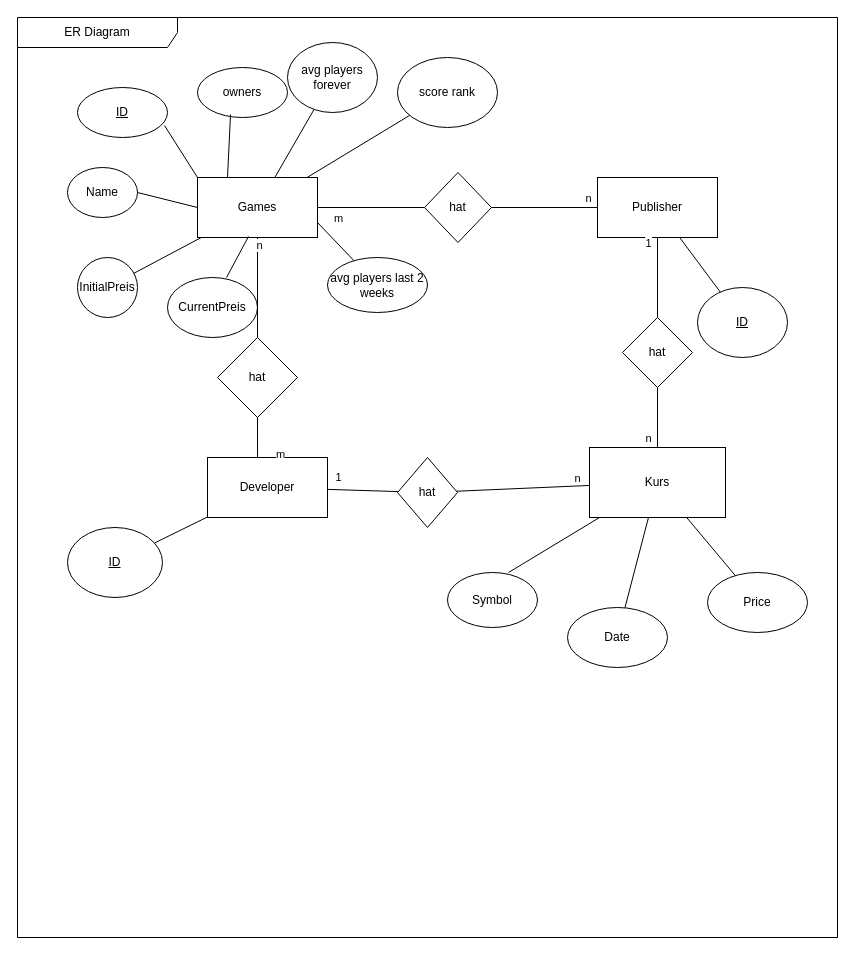
The draw.io diagram ERModel.drawio in Noah250201/Simulationsprojekt, before the edit. Source tidied: cells renumbered, new cells numbered last; positions are measured from the earlier drawing's top-left corner, leaving out a move shared by most shapes. Both pictures are drawn from the tidied source at 100%, with x=0, y=0 at pixel (17, 17).
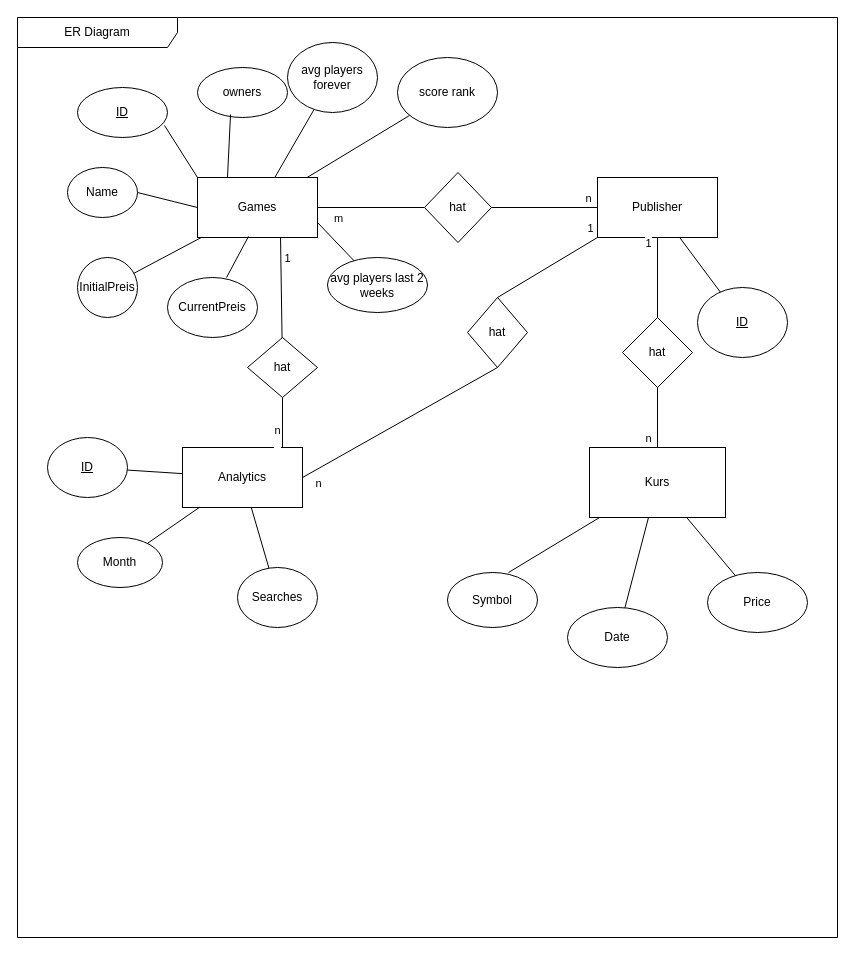
The same diagram, later.

Unchanged cells that the change refers to:
```xml
<mxCell id="2" value="ER Diagram" style="shape=umlFrame;whiteSpace=wrap;html=1;width=160;" parent="1" vertex="1">
  <mxGeometry width="820" height="920" as="geometry" />
</mxCell>
<mxCell id="3" value="Games" style="rounded=0;whiteSpace=wrap;html=1;" parent="2" vertex="1">
  <mxGeometry x="180" y="160" width="120" height="60" as="geometry" />
</mxCell>
<mxCell id="18" value="Publisher" style="rounded=0;whiteSpace=wrap;html=1;" parent="2" vertex="1">
  <mxGeometry x="580" y="160" width="120" height="60" as="geometry" />
</mxCell>
<mxCell id="36" value="Kurs" style="rounded=0;whiteSpace=wrap;html=1;" parent="2" vertex="1">
  <mxGeometry x="572" y="430" width="136" height="70" as="geometry" />
</mxCell>
```

What changed in the source:
```diff
@@
-    <mxCell id="19" value="Developer" style="rounded=0;whiteSpace=wrap;html=1;" parent="2" vertex="1">
-      <mxGeometry x="190" y="440" width="120" height="60" as="geometry" />
-    </mxCell>
@@
-    <mxCell id="25" value="hat" style="rhombus;whiteSpace=wrap;html=1;" parent="2" vertex="1">
-      <mxGeometry x="200" y="320" width="80" height="80" as="geometry" />
-    </mxCell>
-    <mxCell id="26" style="endArrow=none;html=1;rounded=0;entryX=0.5;entryY=1;entryDx=0;entryDy=0;exitX=0.417;exitY=0;exitDx=0;exitDy=0;exitPerimeter=0;" parent="2" edge="1" source="19" target="25">
-      <mxGeometry relative="1" as="geometry" />
-    </mxCell>
-    <mxCell id="27" value="m" style="edgeLabel;html=1;align=center;verticalAlign=middle;" parent="26" vertex="1">
-      <mxGeometry x="0.16" y="-4" relative="1" as="geometry">
-        <mxPoint x="18" y="20" as="offset" />
-      </mxGeometry>
-    </mxCell>
-    <mxCell id="28" style="endArrow=none;html=1;rounded=0;" parent="2" edge="1" source="25" target="3">
-      <mxGeometry relative="1" as="geometry" />
-    </mxCell>
-    <mxCell id="29" value="n" style="edgeLabel;html=1;align=center;verticalAlign=middle;" parent="28" vertex="1">
-      <mxGeometry x="0.07" y="1" relative="1" as="geometry">
-        <mxPoint x="2" y="-39" as="offset" />
-      </mxGeometry>
-    </mxCell>
-    <mxCell id="30" value="&lt;u&gt;ID&lt;/u&gt;" style="ellipse;whiteSpace=wrap;html=1;" parent="2" vertex="1">
-      <mxGeometry x="50" y="510" width="95" height="70" as="geometry" />
-    </mxCell>
-    <mxCell id="31" style="endArrow=none;html=1;rounded=0;" parent="2" edge="1" source="19" target="30">
-      <mxGeometry relative="1" as="geometry" />
-    </mxCell>
@@
-    <mxCell id="42" value="hat" style="rhombus;whiteSpace=wrap;html=1;" parent="2" vertex="1">
-      <mxGeometry x="380" y="440" width="60" height="70" as="geometry" />
-    </mxCell>
@@
-    <mxCell id="45" style="endArrow=none;html=1;rounded=0;" parent="2" edge="1" source="19" target="42">
-      <mxGeometry relative="1" as="geometry" />
-    </mxCell>
-    <mxCell id="46" value="1" style="edgeLabel;html=1;align=center;verticalAlign=middle;" parent="45" vertex="1">
-      <mxGeometry x="-0.27" y="2" relative="1" as="geometry">
-        <mxPoint x="-16" y="-11" as="offset" />
-      </mxGeometry>
-    </mxCell>
-    <mxCell id="47" style="endArrow=none;html=1;rounded=0;" parent="2" edge="1" source="42" target="36">
-      <mxGeometry relative="1" as="geometry" />
-    </mxCell>
-    <mxCell id="48" value="n" style="edgeLabel;html=1;align=center;verticalAlign=middle;" parent="47" vertex="1">
-      <mxGeometry x="0.14" relative="1" as="geometry">
-        <mxPoint x="45" y="-10" as="offset" />
-      </mxGeometry>
-    </mxCell>
@@
+    <mxCell id="53" value="Analytics" style="rounded=0;whiteSpace=wrap;html=1;" parent="2" vertex="1">
+      <mxGeometry x="165" y="430" width="120" height="60" as="geometry" />
+    </mxCell>
+    <mxCell id="54" value="Month" style="ellipse;whiteSpace=wrap;html=1;" parent="2" vertex="1">
+      <mxGeometry x="60" y="520" width="85" height="50" as="geometry" />
+    </mxCell>
+    <mxCell id="30" value="&lt;u&gt;ID&lt;/u&gt;" style="ellipse;whiteSpace=wrap;html=1;" parent="2" vertex="1">
+      <mxGeometry x="30" y="420" width="80" height="60" as="geometry" />
+    </mxCell>
+    <mxCell id="55" value="Searches" style="ellipse;whiteSpace=wrap;html=1;" parent="2" vertex="1">
+      <mxGeometry x="220" y="550" width="80" height="60" as="geometry" />
+    </mxCell>
+    <mxCell id="56" style="endArrow=none;html=1;rounded=0;" parent="2" edge="1" source="53" target="30">
+      <mxGeometry relative="1" as="geometry" />
+    </mxCell>
+    <mxCell id="57" style="endArrow=none;html=1;rounded=0;" parent="2" edge="1" source="53" target="54">
+      <mxGeometry relative="1" as="geometry" />
+    </mxCell>
+    <mxCell id="58" style="endArrow=none;html=1;rounded=0;" parent="2" edge="1" source="53" target="55">
+      <mxGeometry relative="1" as="geometry" />
+    </mxCell>
+    <mxCell id="59" value="hat" style="rhombus;whiteSpace=wrap;html=1;" parent="2" vertex="1">
+      <mxGeometry x="230" y="320" width="70" height="60" as="geometry" />
+    </mxCell>
+    <mxCell id="60" style="endArrow=none;html=1;rounded=0;entryX=0.5;entryY=1;entryDx=0;entryDy=0;exitX=0.833;exitY=0;exitDx=0;exitDy=0;exitPerimeter=0;" parent="2" edge="1" source="53" target="59">
+      <mxGeometry relative="1" as="geometry" />
+    </mxCell>
+    <mxCell id="61" value="n&lt;div&gt;&lt;br&gt;&lt;/div&gt;" style="edgeLabel;html=1;align=center;verticalAlign=middle;" parent="60" vertex="1">
+      <mxGeometry x="-0.16" y="2" relative="1" as="geometry">
+        <mxPoint x="-3" y="11" as="offset" />
+      </mxGeometry>
+    </mxCell>
+    <mxCell id="62" style="endArrow=none;html=1;rounded=0;exitX=0.692;exitY=1;exitDx=0;exitDy=0;exitPerimeter=0;" parent="2" edge="1" source="3" target="59">
+      <mxGeometry relative="1" as="geometry" />
+    </mxCell>
+    <mxCell id="63" value="&lt;div&gt;1&lt;/div&gt;" style="edgeLabel;html=1;align=center;verticalAlign=middle;" parent="62" vertex="1">
+      <mxGeometry x="0.1" y="-1" relative="1" as="geometry">
+        <mxPoint x="7" y="-35" as="offset" />
+      </mxGeometry>
+    </mxCell>
+    <mxCell id="64" value="hat" style="rhombus;whiteSpace=wrap;html=1;" parent="2" vertex="1">
+      <mxGeometry x="450" y="280" width="60" height="70" as="geometry" />
+    </mxCell>
+    <mxCell id="65" style="endArrow=none;html=1;rounded=0;entryX=0.5;entryY=1;entryDx=0;entryDy=0;exitX=1;exitY=0.5;exitDx=0;exitDy=0;" parent="2" edge="1" source="53" target="64">
+      <mxGeometry relative="1" as="geometry" />
+    </mxCell>
+    <mxCell id="66" value="n" style="edgeLabel;html=1;align=center;verticalAlign=middle;" parent="65" vertex="1">
+      <mxGeometry x="-0.22" y="1" relative="1" as="geometry">
+        <mxPoint x="-60" y="49" as="offset" />
+      </mxGeometry>
+    </mxCell>
+    <mxCell id="67" style="endArrow=none;html=1;rounded=0;entryX=0;entryY=1;entryDx=0;entryDy=0;exitX=0.5;exitY=0;exitDx=0;exitDy=0;" parent="2" edge="1" source="64" target="18">
+      <mxGeometry relative="1" as="geometry" />
+    </mxCell>
+    <mxCell id="46" value="1" style="edgeLabel;html=1;align=center;verticalAlign=middle;" parent="67" vertex="1">
+      <mxGeometry x="0.09" y="1" relative="1" as="geometry">
+        <mxPoint x="38" y="-36" as="offset" />
+      </mxGeometry>
+    </mxCell>
```
